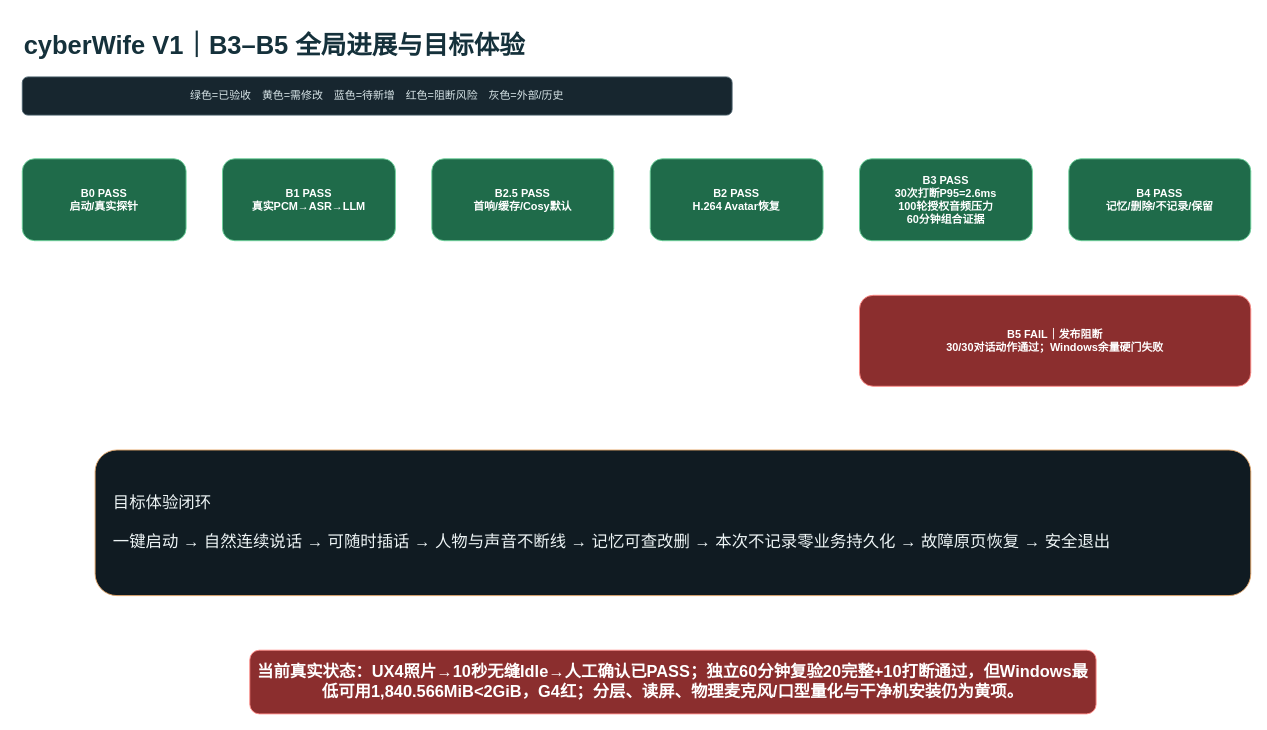
Above: page "01-全局进展与目标体验" (1 of 8) of docs/cyberWife-b3-b5-delivery-gap.drawio in ljx418/cyberWife (draw.io), before the change. Source tidied: cells renumbered, new cells numbered last; positions are measured from the earlier drawing's top-left corner, leaving out a move shared by most shapes. Both pictures are drawn from the tidied source at 91%, with x=0, y=0 at pixel (22, 22).
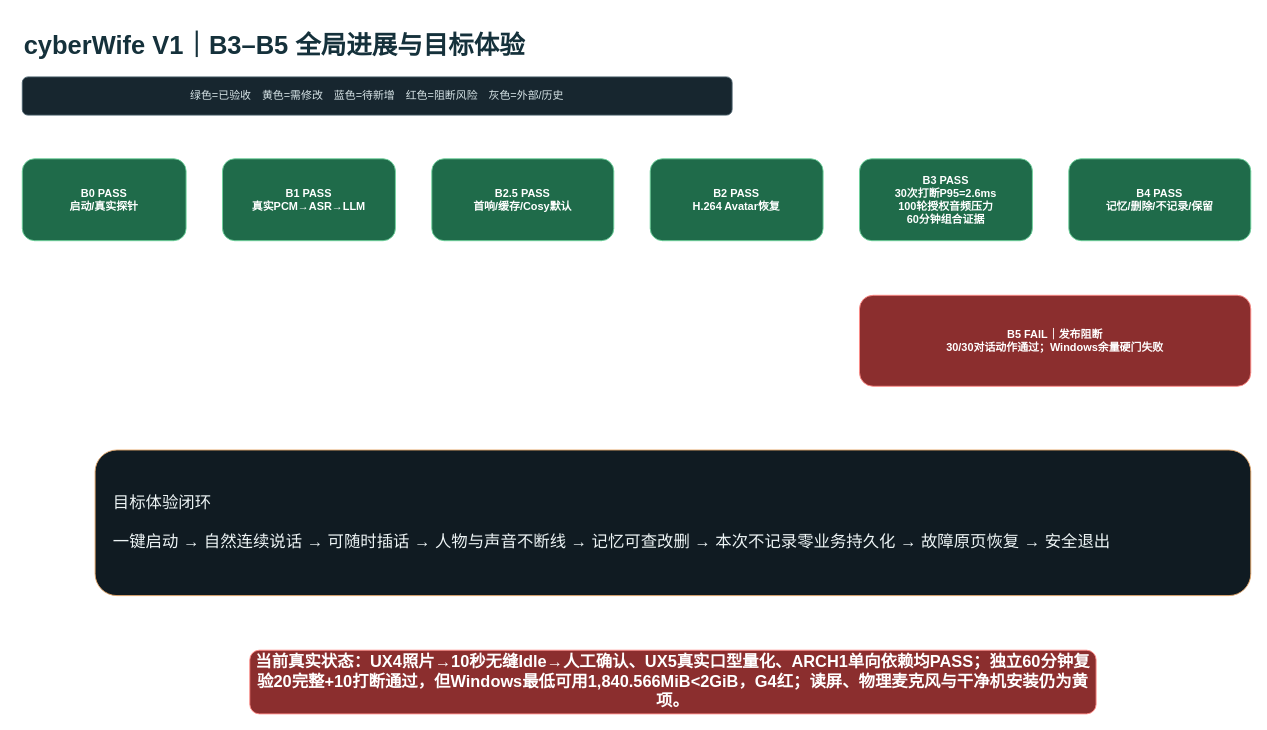
Above is the later version.

Diff of the diagram source:
```diff
@@
 <mxGraphModel>
   <root>
     <mxCell id="0" />
     <mxCell id="1" parent="0" />
     <mxCell id="2" value="cyberWife V1｜B3–B5 全局进展与目标体验" style="text;html=1;fontSize=28;fontStyle=1;align=left;verticalAlign=middle;fontColor=#15313B;" parent="1" vertex="1">
       <mxGeometry width="1100" height="50" as="geometry" />
     </mxCell>
     <mxCell id="3" value="绿色=已验收　黄色=需修改　蓝色=待新增　红色=阻断风险　灰色=外部/历史" style="rounded=1;html=1;whiteSpace=wrap;fillColor=#17262F;strokeColor=#49606C;fontColor=#D8E5E8;" parent="1" vertex="1">
       <mxGeometry y="60" width="780" height="42" as="geometry" />
     </mxCell>
     <mxCell id="4" value="B0 PASS&#10;启动/真实探针" style="rounded=1;html=1;whiteSpace=wrap;fillColor=#1F6B4A;strokeColor=#6ED39C;fontColor=#FFFFFF;fontStyle=1;" parent="1" vertex="1">
       <mxGeometry y="150" width="180" height="90" as="geometry" />
     </mxCell>
     <mxCell id="5" value="B1 PASS&#10;真实PCM→ASR→LLM" style="rounded=1;html=1;whiteSpace=wrap;fillColor=#1F6B4A;strokeColor=#6ED39C;fontColor=#FFFFFF;fontStyle=1;" parent="1" vertex="1">
       <mxGeometry x="220" y="150" width="190" height="90" as="geometry" />
     </mxCell>
     <mxCell id="6" value="B2.5 PASS&#10;首响/缓存/Cosy默认" style="rounded=1;html=1;whiteSpace=wrap;fillColor=#1F6B4A;strokeColor=#6ED39C;fontColor=#FFFFFF;fontStyle=1;" parent="1" vertex="1">
       <mxGeometry x="450" y="150" width="200" height="90" as="geometry" />
     </mxCell>
     <mxCell id="7" value="B2 PASS&#10;H.264 Avatar恢复" style="rounded=1;html=1;whiteSpace=wrap;fillColor=#1F6B4A;strokeColor=#6ED39C;fontColor=#FFFFFF;fontStyle=1;" parent="1" vertex="1">
       <mxGeometry x="690" y="150" width="190" height="90" as="geometry" />
     </mxCell>
     <mxCell id="8" value="B3 PASS&#10;30次打断P95=2.6ms&#10;100轮授权音频压力&#10;60分钟组合证据" style="rounded=1;html=1;whiteSpace=wrap;fillColor=#1F6B4A;strokeColor=#6ED39C;fontColor=#FFFFFF;fontStyle=1;" parent="1" vertex="1">
       <mxGeometry x="920" y="150" width="190" height="90" as="geometry" />
     </mxCell>
     <mxCell id="9" value="B4 PASS&#10;记忆/删除/不记录/保留" style="rounded=1;html=1;whiteSpace=wrap;fillColor=#1F6B4A;strokeColor=#6ED39C;fontColor=#FFFFFF;fontStyle=1;" parent="1" vertex="1">
       <mxGeometry x="1150" y="150" width="200" height="90" as="geometry" />
     </mxCell>
     <mxCell id="10" value="B5 FAIL｜发布阻断&#10;30/30对话动作通过；Windows余量硬门失败" style="rounded=1;html=1;whiteSpace=wrap;fillColor=#8B2E2E;strokeColor=#FF8C87;fontColor=#FFFFFF;fontStyle=1;" parent="1" vertex="1">
       <mxGeometry x="920" y="300" width="430" height="100" as="geometry" />
     </mxCell>
     <mxCell id="11" value="目标体验闭环&#10;&#10;一键启动 → 自然连续说话 → 可随时插话 → 人物与声音不断线 → 记忆可查改删 → 本次不记录零业务持久化 → 故障原页恢复 → 安全退出" style="rounded=1;html=1;whiteSpace=wrap;fillColor=#101B22;strokeColor=#E4A668;fontColor=#EDF4F5;fontSize=18;align=left;spacing=20;" parent="1" vertex="1">
       <mxGeometry x="80" y="470" width="1270" height="160" as="geometry" />
     </mxCell>
-    <mxCell id="12" value="当前真实状态：UX4照片→10秒无缝Idle→人工确认已PASS；独立60分钟复验20完整+10打断通过，但Windows最低可用1,840.566MiB&lt;2GiB，G4红；分层、读屏、物理麦克风/口型量化与干净机安装仍为黄项。" style="rounded=1;html=1;whiteSpace=wrap;fillColor=#8B2E2E;strokeColor=#FF8C87;fontColor=#FFFFFF;fontStyle=1;fontSize=18;" parent="1" vertex="1">
+    <mxCell id="12" value="当前真实状态：UX4照片→10秒无缝Idle→人工确认、UX5真实口型量化、ARCH1单向依赖均PASS；独立60分钟复验20完整+10打断通过，但Windows最低可用1,840.566MiB&lt;2GiB，G4红；读屏、物理麦克风与干净机安装仍为黄项。" style="rounded=1;html=1;whiteSpace=wrap;fillColor=#8B2E2E;strokeColor=#FF8C87;fontColor=#FFFFFF;fontStyle=1;fontSize=18;" parent="1" vertex="1">
       <mxGeometry x="250" y="690" width="930" height="70" as="geometry" />
     </mxCell>
     <mxCell id="13" style="edgeStyle=orthogonalEdgeStyle;strokeColor=#8AA0A9;endArrow=block;" parent="1" edge="1" source="4" target="5" />
     <mxCell id="14" style="edgeStyle=orthogonalEdgeStyle;strokeColor=#8AA0A9;endArrow=block;" parent="1" edge="1" source="5" target="6" />
     <mxCell id="15" style="edgeStyle=orthogonalEdgeStyle;strokeColor=#8AA0A9;endArrow=block;" parent="1" edge="1" source="6" target="7" />
     <mxCell id="16" style="edgeStyle=orthogonalEdgeStyle;strokeColor=#8AA0A9;endArrow=block;" parent="1" edge="1" source="7" target="8" />
     <mxCell id="17" style="edgeStyle=orthogonalEdgeStyle;strokeColor=#8AA0A9;endArrow=block;" parent="1" edge="1" source="8" target="9" />
     <mxCell id="18" style="edgeStyle=orthogonalEdgeStyle;strokeColor=#8AA0A9;endArrow=block;" parent="1" edge="1" source="9" target="10" />
   </root>
 </mxGraphModel>
```
